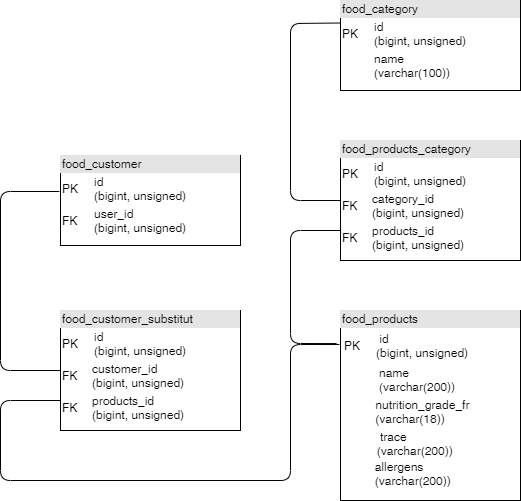
The draw.io diagram data_model.png in Walrick/projet_11_django, before a commit. Source tidied: cells renumbered, new cells last; positions are measured from the earlier drawing's top-left corner, leaving out a move shared by most shapes.
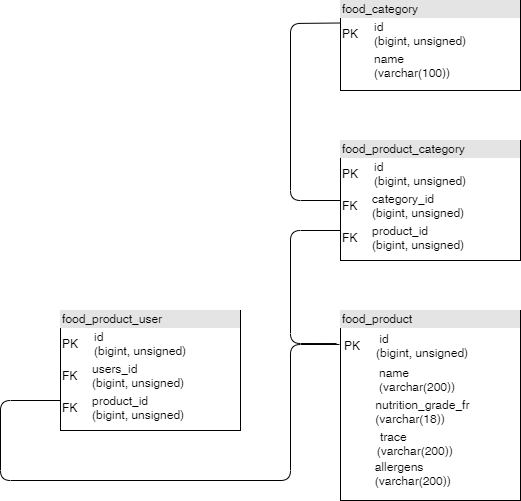
After the change.

Diff of the diagram source:
```diff
@@ -5,26 +5,15 @@
     <mxCell id="2" value="&lt;div style=&quot;box-sizing: border-box ; width: 100% ; background: #e4e4e4 ; padding: 2px&quot;&gt;food_category&lt;/div&gt;&lt;table style=&quot;width: 100% ; font-size: 1em&quot; cellpadding=&quot;2&quot; cellspacing=&quot;0&quot;&gt;&lt;tbody&gt;&lt;tr&gt;&lt;td&gt;PK&lt;/td&gt;&lt;td&gt;id&lt;br&gt;(bigint, unsigned)&lt;br&gt;&lt;/td&gt;&lt;/tr&gt;&lt;tr&gt;&lt;td&gt;&lt;br&gt;&lt;/td&gt;&lt;td&gt;name&lt;br&gt;(varchar(100))&lt;/td&gt;&lt;/tr&gt;&lt;/tbody&gt;&lt;/table&gt;" style="verticalAlign=top;align=left;overflow=fill;html=1;" parent="1" vertex="1">
       <mxGeometry x="340" width="180" height="90" as="geometry" />
     </mxCell>
-    <mxCell id="3" value="&lt;div style=&quot;box-sizing: border-box ; width: 100% ; background: #e4e4e4 ; padding: 2px&quot;&gt;food_products&lt;/div&gt;&lt;table cellpadding=&quot;2&quot; cellspacing=&quot;0&quot; style=&quot;font-size: 1em ; width: 180px&quot;&gt;&lt;tbody&gt;&lt;tr&gt;&lt;td&gt;&lt;table cellpadding=&quot;2&quot; cellspacing=&quot;0&quot; style=&quot;font-size: 1em ; width: 180px&quot;&gt;&lt;tbody&gt;&lt;tr&gt;&lt;td&gt;PK&lt;/td&gt;&lt;td&gt;&amp;nbsp;id&lt;br&gt;(bigint, unsigned)&lt;/td&gt;&lt;/tr&gt;&lt;/tbody&gt;&lt;/table&gt;&lt;/td&gt;&lt;td&gt;&lt;/td&gt;&lt;/tr&gt;&lt;/tbody&gt;&lt;/table&gt;&lt;table cellpadding=&quot;2&quot; cellspacing=&quot;0&quot; style=&quot;font-size: 1em ; width: 180px&quot;&gt;&lt;tbody&gt;&lt;tr&gt;&lt;td&gt;&amp;nbsp; &amp;nbsp; &amp;nbsp;&lt;/td&gt;&lt;td&gt;name&lt;br&gt;(varchar(200))&lt;/td&gt;&lt;/tr&gt;&lt;/tbody&gt;&lt;/table&gt;&lt;table cellpadding=&quot;2&quot; cellspacing=&quot;0&quot; style=&quot;font-size: 1em ; width: 180px&quot;&gt;&lt;tbody&gt;&lt;tr&gt;&lt;td&gt;&amp;nbsp; &amp;nbsp; &amp;nbsp;&lt;/td&gt;&lt;td&gt;&amp;nbsp;nutrition_grade_fr&lt;br&gt;&amp;nbsp;(varchar(18))&lt;br&gt;&lt;/td&gt;&lt;/tr&gt;&lt;/tbody&gt;&lt;/table&gt;&lt;table cellpadding=&quot;2&quot; cellspacing=&quot;0&quot; style=&quot;font-size: 1em ; width: 180px&quot;&gt;&lt;tbody&gt;&lt;tr&gt;&lt;td&gt;&amp;nbsp;&amp;nbsp;&lt;/td&gt;&lt;td&gt;&amp;nbsp; &amp;nbsp; &amp;nbsp; trace &lt;br&gt;&amp;nbsp; &amp;nbsp; &amp;nbsp;(varchar(200))&lt;table cellpadding=&quot;2&quot; cellspacing=&quot;0&quot; style=&quot;font-size: 1em ; width: 100%&quot;&gt;&lt;tbody&gt;&lt;tr&gt;&lt;td&gt;&lt;br&gt;&lt;/td&gt;&lt;td&gt;&amp;nbsp; allergens&lt;br&gt;&amp;nbsp; (varchar(200))&lt;br&gt;&lt;/td&gt;&lt;/tr&gt;&lt;tr&gt;&lt;td&gt;&lt;br&gt;&lt;/td&gt;&lt;td&gt;&lt;/td&gt;&lt;/tr&gt;&lt;/tbody&gt;&lt;/table&gt;&lt;/td&gt;&lt;/tr&gt;&lt;/tbody&gt;&lt;/table&gt;" style="verticalAlign=top;align=left;overflow=fill;html=1;" parent="1" vertex="1">
+    <mxCell id="3" value="&lt;div style=&quot;box-sizing: border-box ; width: 100% ; background: #e4e4e4 ; padding: 2px&quot;&gt;food_product&lt;/div&gt;&lt;table cellpadding=&quot;2&quot; cellspacing=&quot;0&quot; style=&quot;font-size: 1em ; width: 180px&quot;&gt;&lt;tbody&gt;&lt;tr&gt;&lt;td&gt;&lt;table cellpadding=&quot;2&quot; cellspacing=&quot;0&quot; style=&quot;font-size: 1em ; width: 180px&quot;&gt;&lt;tbody&gt;&lt;tr&gt;&lt;td&gt;PK&lt;/td&gt;&lt;td&gt;&amp;nbsp;id&lt;br&gt;(bigint, unsigned)&lt;/td&gt;&lt;/tr&gt;&lt;/tbody&gt;&lt;/table&gt;&lt;/td&gt;&lt;td&gt;&lt;/td&gt;&lt;/tr&gt;&lt;/tbody&gt;&lt;/table&gt;&lt;table cellpadding=&quot;2&quot; cellspacing=&quot;0&quot; style=&quot;font-size: 1em ; width: 180px&quot;&gt;&lt;tbody&gt;&lt;tr&gt;&lt;td&gt;&amp;nbsp; &amp;nbsp; &amp;nbsp;&lt;/td&gt;&lt;td&gt;name&lt;br&gt;(varchar(200))&lt;/td&gt;&lt;/tr&gt;&lt;/tbody&gt;&lt;/table&gt;&lt;table cellpadding=&quot;2&quot; cellspacing=&quot;0&quot; style=&quot;font-size: 1em ; width: 180px&quot;&gt;&lt;tbody&gt;&lt;tr&gt;&lt;td&gt;&amp;nbsp; &amp;nbsp; &amp;nbsp;&lt;/td&gt;&lt;td&gt;&amp;nbsp;nutrition_grade_fr&lt;br&gt;&amp;nbsp;(varchar(18))&lt;br&gt;&lt;/td&gt;&lt;/tr&gt;&lt;/tbody&gt;&lt;/table&gt;&lt;table cellpadding=&quot;2&quot; cellspacing=&quot;0&quot; style=&quot;font-size: 1em ; width: 180px&quot;&gt;&lt;tbody&gt;&lt;tr&gt;&lt;td&gt;&amp;nbsp;&amp;nbsp;&lt;/td&gt;&lt;td&gt;&amp;nbsp; &amp;nbsp; &amp;nbsp; trace &lt;br&gt;&amp;nbsp; &amp;nbsp; &amp;nbsp;(varchar(200))&lt;table cellpadding=&quot;2&quot; cellspacing=&quot;0&quot; style=&quot;font-size: 1em ; width: 100%&quot;&gt;&lt;tbody&gt;&lt;tr&gt;&lt;td&gt;&lt;br&gt;&lt;/td&gt;&lt;td&gt;&amp;nbsp; allergens&lt;br&gt;&amp;nbsp; (varchar(200))&lt;br&gt;&lt;/td&gt;&lt;/tr&gt;&lt;tr&gt;&lt;td&gt;&lt;br&gt;&lt;/td&gt;&lt;td&gt;&lt;/td&gt;&lt;/tr&gt;&lt;/tbody&gt;&lt;/table&gt;&lt;/td&gt;&lt;/tr&gt;&lt;/tbody&gt;&lt;/table&gt;" style="verticalAlign=top;align=left;overflow=fill;html=1;" parent="1" vertex="1">
       <mxGeometry x="340" y="310" width="180" height="190" as="geometry" />
     </mxCell>
-    <mxCell id="4" value="&lt;div style=&quot;box-sizing: border-box ; width: 100% ; background: #e4e4e4 ; padding: 2px&quot;&gt;food_products_category&lt;/div&gt;&lt;table cellpadding=&quot;2&quot; cellspacing=&quot;0&quot; style=&quot;font-size: 1em ; width: 180px&quot;&gt;&lt;tbody&gt;&lt;tr&gt;&lt;td&gt;PK&lt;/td&gt;&lt;td&gt;id&amp;nbsp;&lt;br&gt;(bigint, unsigned)&lt;/td&gt;&lt;/tr&gt;&lt;/tbody&gt;&lt;/table&gt;&lt;table style=&quot;width: 100% ; font-size: 1em&quot; cellpadding=&quot;2&quot; cellspacing=&quot;0&quot;&gt;&lt;tbody&gt;&lt;tr&gt;&lt;td&gt;FK&lt;/td&gt;&lt;td&gt;category_id&amp;nbsp;&lt;br&gt;(bigint, unsigned)&lt;br&gt;&lt;/td&gt;&lt;/tr&gt;&lt;tr&gt;&lt;td&gt;FK&lt;br&gt;&lt;/td&gt;&lt;td&gt;products_id&amp;nbsp;&lt;br&gt;(bigint, unsigned)&lt;br&gt;&lt;/td&gt;&lt;/tr&gt;&lt;/tbody&gt;&lt;/table&gt;" style="verticalAlign=top;align=left;overflow=fill;html=1;" parent="1" vertex="1">
+    <mxCell id="4" value="&lt;div style=&quot;box-sizing: border-box ; width: 100% ; background: #e4e4e4 ; padding: 2px&quot;&gt;food_product_category&lt;/div&gt;&lt;table cellpadding=&quot;2&quot; cellspacing=&quot;0&quot; style=&quot;font-size: 1em ; width: 180px&quot;&gt;&lt;tbody&gt;&lt;tr&gt;&lt;td&gt;PK&lt;/td&gt;&lt;td&gt;id&amp;nbsp;&lt;br&gt;(bigint, unsigned)&lt;/td&gt;&lt;/tr&gt;&lt;/tbody&gt;&lt;/table&gt;&lt;table style=&quot;width: 100% ; font-size: 1em&quot; cellpadding=&quot;2&quot; cellspacing=&quot;0&quot;&gt;&lt;tbody&gt;&lt;tr&gt;&lt;td&gt;FK&lt;/td&gt;&lt;td&gt;category_id&amp;nbsp;&lt;br&gt;(bigint, unsigned)&lt;br&gt;&lt;/td&gt;&lt;/tr&gt;&lt;tr&gt;&lt;td&gt;FK&lt;br&gt;&lt;/td&gt;&lt;td&gt;product_id&amp;nbsp;&lt;br&gt;(bigint, unsigned)&lt;br&gt;&lt;/td&gt;&lt;/tr&gt;&lt;/tbody&gt;&lt;/table&gt;" style="verticalAlign=top;align=left;overflow=fill;html=1;" parent="1" vertex="1">
       <mxGeometry x="340" y="140" width="180" height="120" as="geometry" />
     </mxCell>
-    <mxCell id="5" value="&lt;div style=&quot;box-sizing: border-box ; width: 100% ; background: #e4e4e4 ; padding: 2px&quot;&gt;food_customer&lt;/div&gt;&lt;table style=&quot;width: 100% ; font-size: 1em&quot; cellpadding=&quot;2&quot; cellspacing=&quot;0&quot;&gt;&lt;tbody&gt;&lt;tr&gt;&lt;td&gt;PK&lt;/td&gt;&lt;td&gt;id&amp;nbsp;&lt;br&gt;(bigint, unsigned)&lt;br&gt;&lt;/td&gt;&lt;/tr&gt;&lt;tr&gt;&lt;td&gt;FK&lt;br&gt;&lt;/td&gt;&lt;td&gt;user_id&lt;br&gt;(bigint, unsigned)&lt;br&gt;&lt;/td&gt;&lt;/tr&gt;&lt;/tbody&gt;&lt;/table&gt;" style="verticalAlign=top;align=left;overflow=fill;html=1;" parent="1" vertex="1">
-      <mxGeometry x="60" y="155" width="180" height="90" as="geometry" />
-    </mxCell>
-    <mxCell id="6" value="&lt;div style=&quot;box-sizing: border-box ; width: 100% ; background: #e4e4e4 ; padding: 2px&quot;&gt;food_customer_substitut&lt;/div&gt;&lt;table cellpadding=&quot;2&quot; cellspacing=&quot;0&quot; style=&quot;font-size: 1em ; width: 180px&quot;&gt;&lt;tbody&gt;&lt;tr&gt;&lt;td&gt;PK&lt;/td&gt;&lt;td&gt;id&amp;nbsp;&lt;br&gt;(bigint, unsigned)&lt;/td&gt;&lt;/tr&gt;&lt;/tbody&gt;&lt;/table&gt;&lt;table style=&quot;width: 100% ; font-size: 1em&quot; cellpadding=&quot;2&quot; cellspacing=&quot;0&quot;&gt;&lt;tbody&gt;&lt;tr&gt;&lt;td&gt;FK&lt;/td&gt;&lt;td&gt;customer_id&lt;br&gt;(bigint, unsigned)&lt;br&gt;&lt;/td&gt;&lt;/tr&gt;&lt;tr&gt;&lt;td&gt;FK&lt;br&gt;&lt;/td&gt;&lt;td&gt;products_id&amp;nbsp;&lt;br&gt;(bigint, unsigned)&lt;br&gt;&lt;/td&gt;&lt;/tr&gt;&lt;/tbody&gt;&lt;/table&gt;" style="verticalAlign=top;align=left;overflow=fill;html=1;" parent="1" vertex="1">
+    <mxCell id="6" value="&lt;div style=&quot;box-sizing: border-box ; width: 100% ; background: #e4e4e4 ; padding: 2px&quot;&gt;food_product_user&lt;/div&gt;&lt;table cellpadding=&quot;2&quot; cellspacing=&quot;0&quot; style=&quot;font-size: 1em ; width: 180px&quot;&gt;&lt;tbody&gt;&lt;tr&gt;&lt;td&gt;PK&lt;/td&gt;&lt;td&gt;id&amp;nbsp;&lt;br&gt;(bigint, unsigned)&lt;/td&gt;&lt;/tr&gt;&lt;/tbody&gt;&lt;/table&gt;&lt;table style=&quot;width: 100% ; font-size: 1em&quot; cellpadding=&quot;2&quot; cellspacing=&quot;0&quot;&gt;&lt;tbody&gt;&lt;tr&gt;&lt;td&gt;FK&lt;/td&gt;&lt;td&gt;users_id&lt;br&gt;(bigint, unsigned)&lt;br&gt;&lt;/td&gt;&lt;/tr&gt;&lt;tr&gt;&lt;td&gt;FK&lt;br&gt;&lt;/td&gt;&lt;td&gt;product_id&amp;nbsp;&lt;br&gt;(bigint, unsigned)&lt;br&gt;&lt;/td&gt;&lt;/tr&gt;&lt;/tbody&gt;&lt;/table&gt;" style="verticalAlign=top;align=left;overflow=fill;html=1;" parent="1" vertex="1">
       <mxGeometry x="60" y="310" width="180" height="120" as="geometry" />
     </mxCell>
-    <mxCell id="7" style="endArrow=none;html=1;exitX=-0.006;exitY=0.4;exitDx=0;exitDy=0;exitPerimeter=0;entryX=0;entryY=0.5;entryDx=0;entryDy=0;" parent="1" edge="1" source="5" target="6">
-      <mxGeometry relative="1" as="geometry">
-        <Array as="points">
-          <mxPoint y="191" />
-          <mxPoint y="370" />
-        </Array>
-      </mxGeometry>
-    </mxCell>
     <mxCell id="8" style="endArrow=none;html=1;exitX=0;exitY=0.75;exitDx=0;exitDy=0;entryX=-0.006;entryY=0.179;entryDx=0;entryDy=0;entryPerimeter=0;" parent="1" edge="1" source="6" target="3">
       <mxGeometry relative="1" as="geometry">
         <Array as="points">
```
